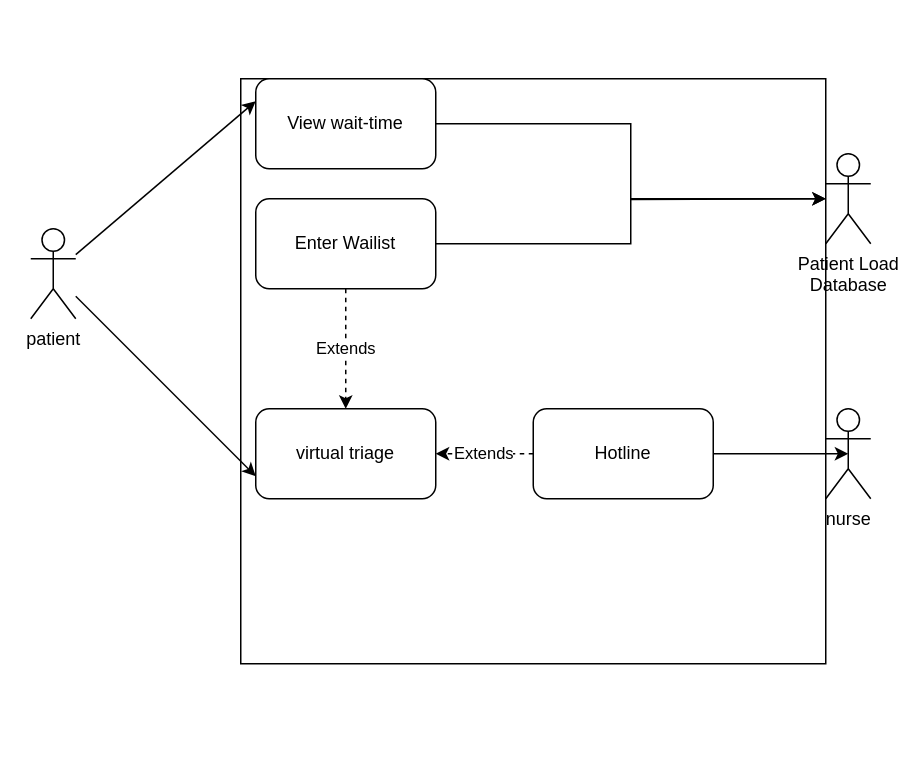
uvic-teach/project-m1-team1 keeps this draw.io diagram as images/m1.drawio. Above is the earlier version. Source tidied: cells renumbered, new cells numbered last; positions are measured from the earlier drawing's top-left corner, leaving out a move shared by most shapes. Both pictures are drawn from the tidied source at 150%, with x=0, y=0 at pixel (30, 78).
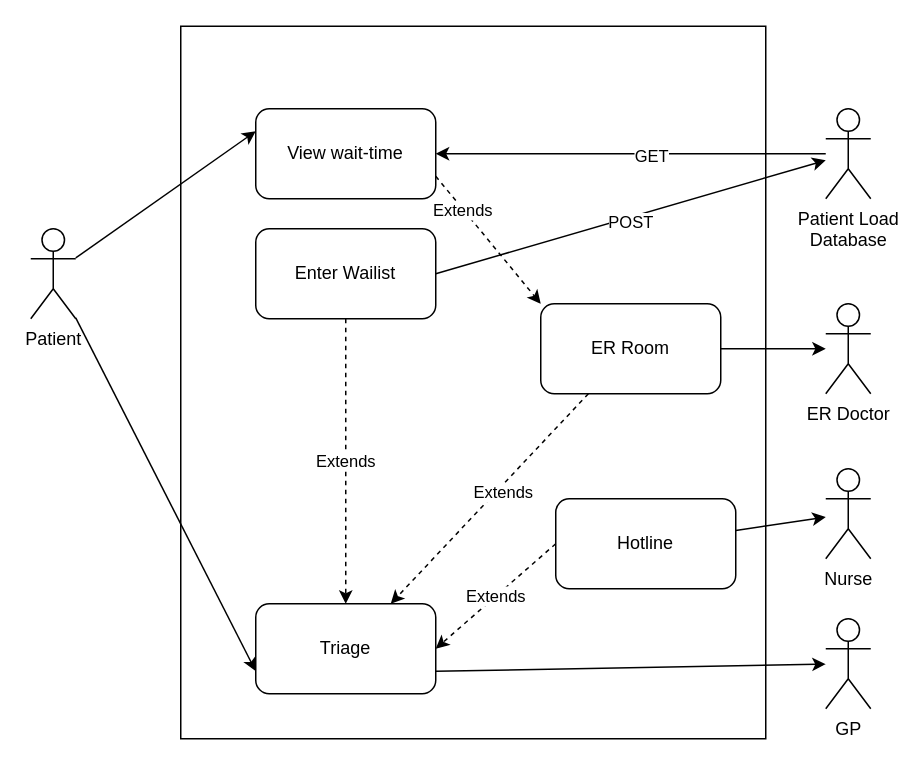
The same page after the edit.

Diff of the diagram source:
```diff
@@
-    <mxCell id="2" style="whiteSpace=wrap;html=1;fillColor=none;strokeColor=default;rotation=0;" parent="1" vertex="1">
-      <mxGeometry x="150" y="40" width="390" height="390" relative="1" as="geometry">
-        <mxPoint x="140" as="offset" />
-      </mxGeometry>
-    </mxCell>
+    <mxCell id="17" style="rounded=0;whiteSpace=wrap;html=1;fillColor=none;" parent="1" vertex="1">
+      <mxGeometry x="100" y="-35" width="390" height="475" as="geometry" />
+    </mxCell>
@@
-    <mxCell id="5" value="patient&lt;br&gt;" style="shape=umlActor;verticalLabelPosition=bottom;verticalAlign=top;html=1;outlineConnect=0;" parent="1" vertex="1">
+    <mxCell id="5" value="Patient" style="shape=umlActor;verticalLabelPosition=bottom;verticalAlign=top;html=1;outlineConnect=0;" parent="1" vertex="1">
       <mxGeometry y="100" width="30" height="60" as="geometry" />
     </mxCell>
-    <mxCell id="6" style="edgeStyle=orthogonalEdgeStyle;rounded=0;jettySize=auto;html=1;exitX=1;exitY=0.5;exitDx=0;exitDy=0;" parent="1" edge="1" source="7" target="16">
-      <mxGeometry relative="1" as="geometry" />
-    </mxCell>
+    <mxCell id="18" style="rounded=0;jettySize=auto;html=1;entryX=0;entryY=0;entryDx=0;entryDy=0;dashed=1;exitX=1;exitY=0.75;exitDx=0;exitDy=0;" parent="1" edge="1" source="7" target="26">
+      <mxGeometry relative="1" as="geometry" />
+    </mxCell>
+    <mxCell id="19" value="Extends" style="edgeLabel;html=1;align=center;verticalAlign=middle;" parent="18" vertex="1">
+      <mxGeometry x="-0.49" y="-1" relative="1" as="geometry" />
+    </mxCell>
     <mxCell id="7" value="View wait-time" style="rounded=1;whiteSpace=wrap;html=1;" parent="1" vertex="1">
-      <mxGeometry x="150" width="120" height="60" as="geometry" />
+      <mxGeometry x="150" y="20" width="120" height="60" as="geometry" />
     </mxCell>
-    <mxCell id="8" value="virtual triage" style="rounded=1;whiteSpace=wrap;html=1;" parent="1" vertex="1">
-      <mxGeometry x="150" y="220" width="120" height="60" as="geometry" />
+    <mxCell id="8" value="Triage" style="rounded=1;whiteSpace=wrap;html=1;" parent="1" vertex="1">
+      <mxGeometry x="150" y="350" width="120" height="60" as="geometry" />
     </mxCell>
-    <mxCell id="9" value="nurse&lt;br&gt;" style="shape=umlActor;verticalLabelPosition=bottom;verticalAlign=top;html=1;outlineConnect=0;" parent="1" vertex="1">
-      <mxGeometry x="530" y="220" width="30" height="60" as="geometry" />
+    <mxCell id="9" value="Nurse" style="shape=umlActor;verticalLabelPosition=bottom;verticalAlign=top;html=1;outlineConnect=0;" parent="1" vertex="1">
+      <mxGeometry x="530" y="260" width="30" height="60" as="geometry" />
     </mxCell>
-    <mxCell id="10" style="edgeStyle=orthogonalEdgeStyle;rounded=0;jettySize=auto;html=1;entryX=0.5;entryY=0.5;entryDx=0;entryDy=0;entryPerimeter=0;" parent="1" edge="1" source="12" target="9">
+    <mxCell id="10" style="rounded=0;jettySize=auto;html=1;" parent="1" edge="1" source="12" target="9">
       <mxGeometry relative="1" as="geometry" />
     </mxCell>
-    <mxCell id="11" value="&lt;div&gt;Extends&lt;/div&gt;" style="edgeStyle=orthogonalEdgeStyle;rounded=0;jettySize=auto;html=1;entryX=1;entryY=0.5;entryDx=0;entryDy=0;dashed=1;exitX=0;exitY=0.5;exitDx=0;exitDy=0;" parent="1" edge="1" source="12" target="8">
+    <mxCell id="11" value="&lt;div&gt;Extends&lt;/div&gt;" style="rounded=0;jettySize=auto;html=1;entryX=1;entryY=0.5;entryDx=0;entryDy=0;dashed=1;exitX=0;exitY=0.5;exitDx=0;exitDy=0;" parent="1" edge="1" source="12" target="8">
       <mxGeometry relative="1" as="geometry" />
     </mxCell>
     <mxCell id="12" value="Hotline" style="rounded=1;whiteSpace=wrap;html=1;" parent="1" vertex="1">
-      <mxGeometry x="335" y="220" width="120" height="60" as="geometry" />
+      <mxGeometry x="350" y="280" width="120" height="60" as="geometry" />
     </mxCell>
@@
-    <mxCell id="14" style="edgeStyle=orthogonalEdgeStyle;rounded=0;jettySize=auto;html=1;exitX=1;exitY=0.5;exitDx=0;exitDy=0;" parent="1" edge="1" source="15">
-      <mxGeometry relative="1" as="geometry">
-        <mxPoint x="530" y="80" as="targetPoint" />
-      </mxGeometry>
+    <mxCell id="14" style="rounded=0;jettySize=auto;html=1;exitX=1;exitY=0.5;exitDx=0;exitDy=0;" parent="1" edge="1" source="15" target="16">
+      <mxGeometry relative="1" as="geometry" />
     </mxCell>
+    <mxCell id="20" value="POST" style="edgeLabel;html=1;align=center;verticalAlign=middle;" parent="14" vertex="1">
+      <mxGeometry x="-0.01" y="-3" relative="1" as="geometry" />
+    </mxCell>
     <mxCell id="15" value="Enter Wailist" style="rounded=1;whiteSpace=wrap;html=1;" parent="1" vertex="1">
-      <mxGeometry x="150" y="80" width="120" height="60" as="geometry" />
+      <mxGeometry x="150" y="100" width="120" height="60" as="geometry" />
     </mxCell>
+    <mxCell id="21" style="edgeStyle=orthogonalEdgeStyle;rounded=0;jettySize=auto;html=1;entryX=1;entryY=0.5;entryDx=0;entryDy=0;" parent="1" edge="1" source="16" target="7">
+      <mxGeometry relative="1" as="geometry" />
+    </mxCell>
+    <mxCell id="22" value="GET" style="edgeLabel;html=1;align=center;verticalAlign=middle;" parent="21" vertex="1">
+      <mxGeometry x="-0.1" y="1" relative="1" as="geometry" />
+    </mxCell>
     <mxCell id="16" value="&lt;div&gt;Patient Load&lt;/div&gt;&lt;div&gt;Database&lt;/div&gt;" style="shape=umlActor;verticalLabelPosition=bottom;verticalAlign=top;html=1;outlineConnect=0;" parent="1" vertex="1">
-      <mxGeometry x="530" y="50" width="30" height="60" as="geometry" />
+      <mxGeometry x="530" y="20" width="30" height="60" as="geometry" />
     </mxCell>
+    <mxCell id="23" style="rounded=0;jettySize=auto;html=1;entryX=0.75;entryY=0;entryDx=0;entryDy=0;dashed=1;" parent="1" edge="1" source="26" target="8">
+      <mxGeometry relative="1" as="geometry" />
+    </mxCell>
+    <mxCell id="24" value="Extends" style="edgeLabel;html=1;align=center;verticalAlign=middle;" parent="23" vertex="1">
+      <mxGeometry x="-0.1" y="3" relative="1" as="geometry" />
+    </mxCell>
+    <mxCell id="25" style="edgeStyle=orthogonalEdgeStyle;rounded=0;jettySize=auto;html=1;" parent="1" edge="1" source="26" target="27">
+      <mxGeometry relative="1" as="geometry" />
+    </mxCell>
+    <mxCell id="26" value="ER Room" style="rounded=1;whiteSpace=wrap;html=1;" parent="1" vertex="1">
+      <mxGeometry x="340" y="150" width="120" height="60" as="geometry" />
+    </mxCell>
+    <mxCell id="27" value="ER Doctor" style="shape=umlActor;verticalLabelPosition=bottom;verticalAlign=top;html=1;outlineConnect=0;" parent="1" vertex="1">
+      <mxGeometry x="530" y="150" width="30" height="60" as="geometry" />
+    </mxCell>
+    <mxCell id="28" value="GP" style="shape=umlActor;verticalLabelPosition=bottom;verticalAlign=top;html=1;outlineConnect=0;" parent="1" vertex="1">
+      <mxGeometry x="530" y="360" width="30" height="60" as="geometry" />
+    </mxCell>
+    <mxCell id="29" style="rounded=0;jettySize=auto;html=1;exitX=1;exitY=0.75;exitDx=0;exitDy=0;" parent="1" edge="1" source="8" target="28">
+      <mxGeometry relative="1" as="geometry" />
+    </mxCell>
```
